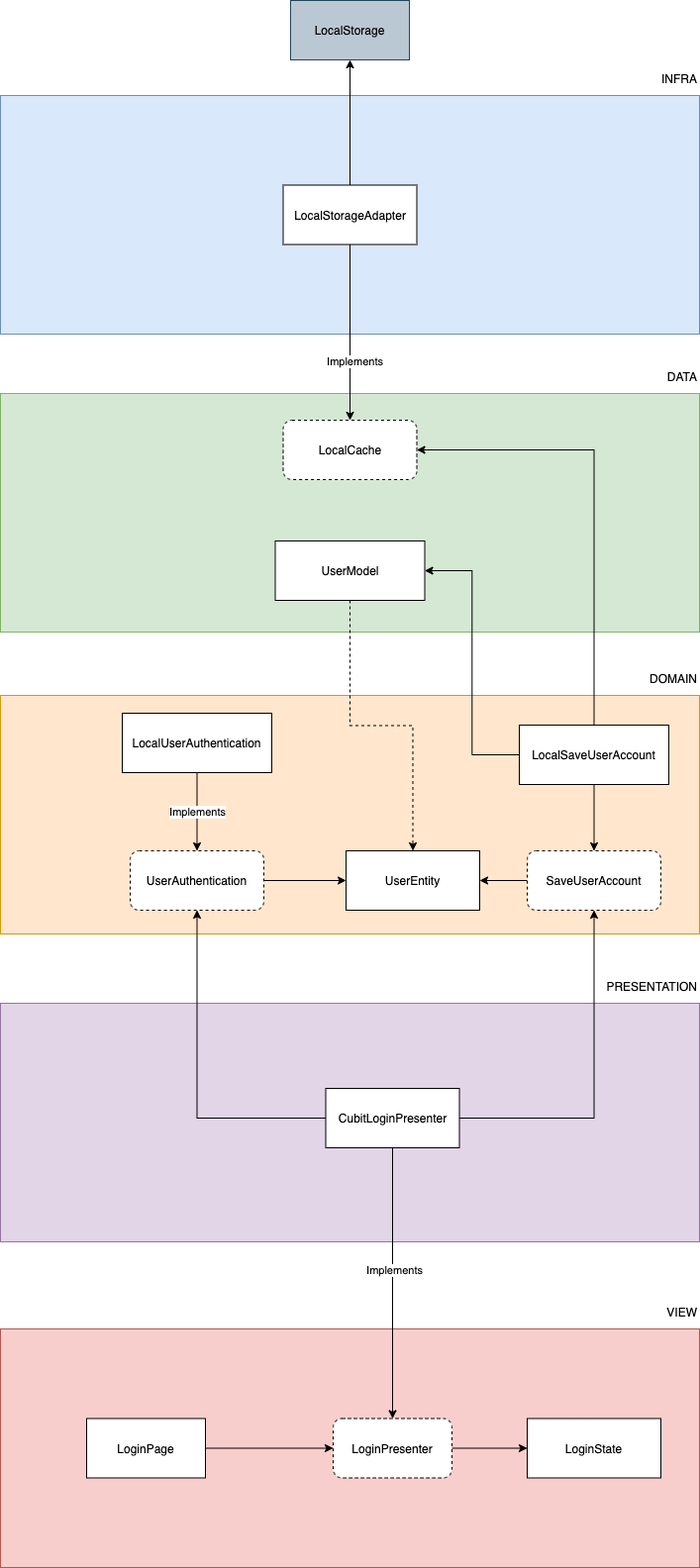
Earlier version of the draw.io export architecture.png (emersonsiega/grocery_store_app). Source tidied: cells renumbered, new cells last; positions are measured from the earlier drawing's top-left corner, leaving out a move shared by most shapes.
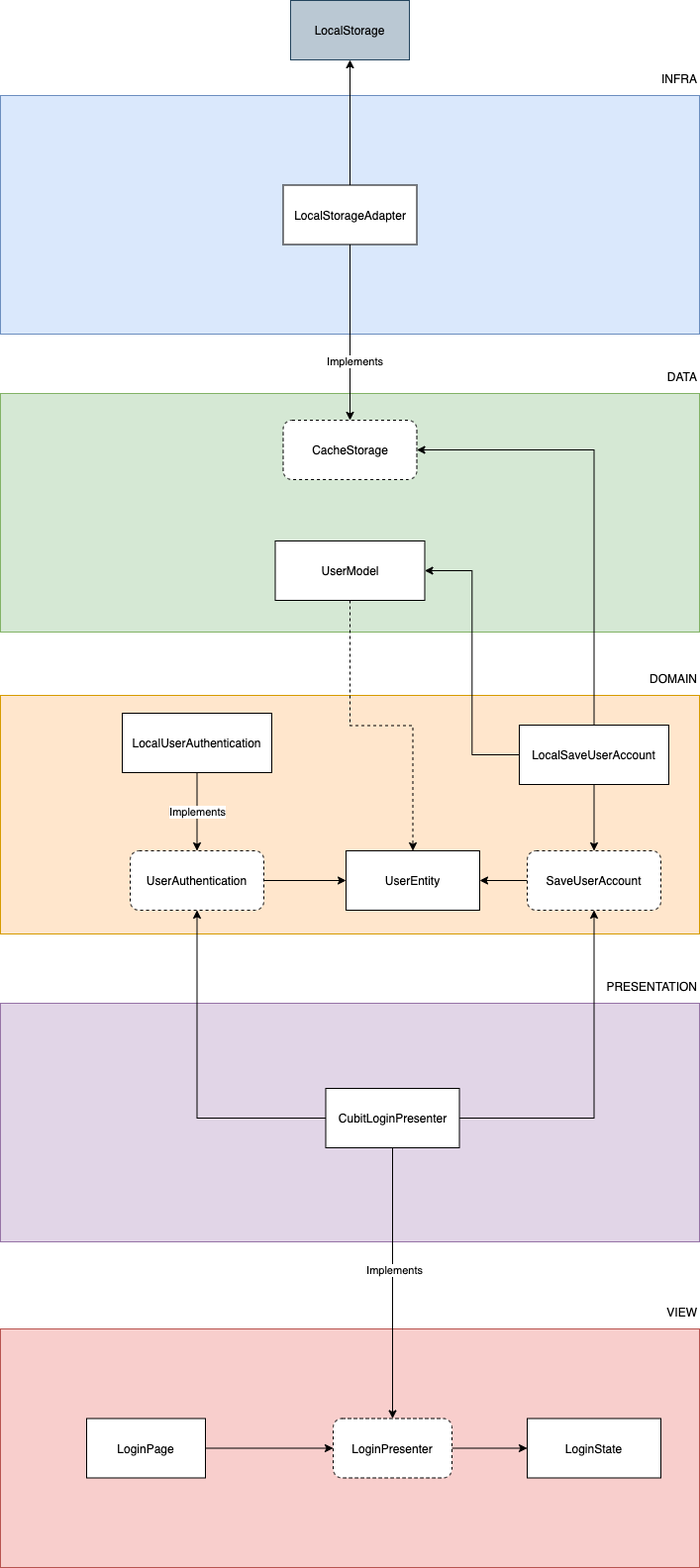
Above is the later version.

What changed in the source:
```diff
@@ -82,7 +82,7 @@
     <mxCell id="27" value="UserEntity" style="rounded=0;whiteSpace=wrap;html=1;fillColor=default;align=center;" parent="1" vertex="1">
       <mxGeometry x="349" y="859" width="135" height="60" as="geometry" />
     </mxCell>
-    <mxCell id="28" value="LocalCache" style="rounded=1;whiteSpace=wrap;html=1;fillColor=default;align=center;dashed=1;" parent="1" vertex="1">
+    <mxCell id="28" value="CacheStorage" style="rounded=1;whiteSpace=wrap;html=1;fillColor=default;align=center;dashed=1;" parent="1" vertex="1">
       <mxGeometry x="285.5" y="424" width="135" height="60" as="geometry" />
     </mxCell>
     <mxCell id="29" style="edgeStyle=orthogonalEdgeStyle;rounded=0;jettySize=auto;html=1;entryX=0.5;entryY=0;entryDx=0;entryDy=0;" parent="1" edge="1" source="32" target="28">
```
